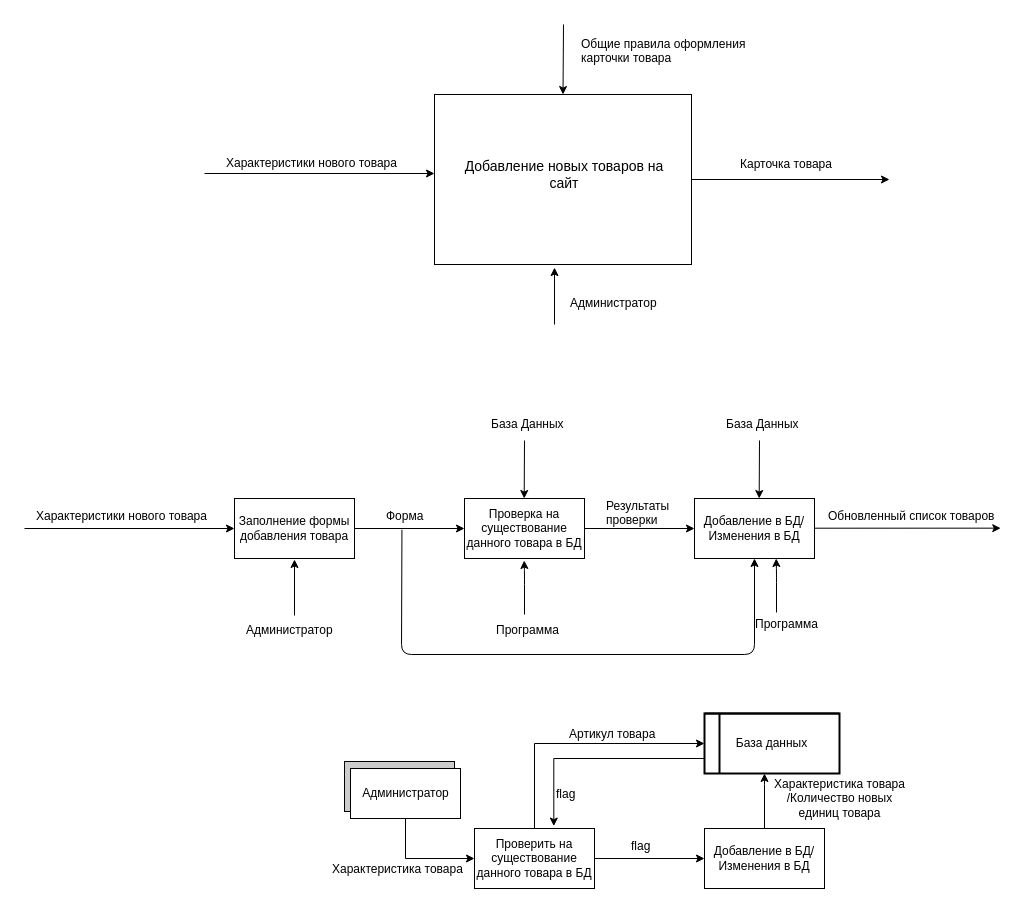
DaryaBel/software_eng_1 keeps this draw.io diagram as Лаб. 2/1.drawio. Above is the earlier version. Source tidied: cells renumbered, new cells numbered last; positions are measured from the earlier drawing's top-left corner, leaving out a move shared by most shapes. Both pictures are drawn from the tidied source at 100%, with x=0, y=0 at pixel (24, 24).
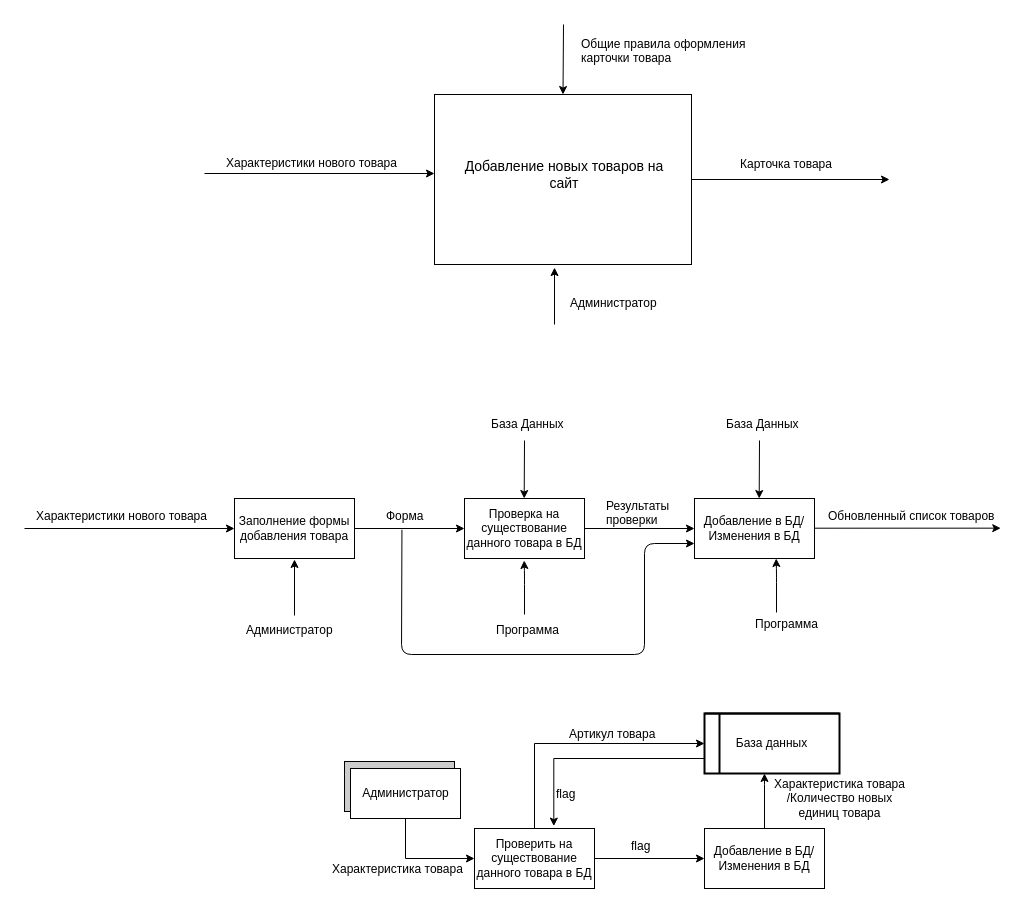
The same diagram, later.

Unchanged cells that the change refers to:
```xml
<mxCell id="16" value="Форма" style="text;html=1;points=[];align=left;verticalAlign=top;spacingTop=-4;" parent="1" vertex="1">
  <mxGeometry x="360" y="482" width="50" height="20" as="geometry" />
</mxCell>
<mxCell id="18" value="Добавление в БД/Изменения в БД" style="rounded=0;whiteSpace=wrap;html=1;" parent="1" vertex="1">
  <mxGeometry x="670" y="474" width="120" height="60" as="geometry" />
</mxCell>
```

Change to the diagram source:
```diff
@@
-    <mxCell id="29" style="endArrow=classic;html=1;exitX=0.349;exitY=1.164;exitDx=0;exitDy=0;exitPerimeter=0;entryX=0.5;entryY=1;entryDx=0;entryDy=0;" parent="1" edge="1" source="16" target="18">
+    <mxCell id="29" style="endArrow=classic;html=1;exitX=0.349;exitY=1.164;exitDx=0;exitDy=0;exitPerimeter=0;entryX=0;entryY=0.75;entryDx=0;entryDy=0;" parent="1" edge="1" source="16" target="18">
       <mxGeometry relative="1" as="geometry">
         <Array as="points">
           <mxPoint x="377" y="630" />
-          <mxPoint x="730" y="630" />
+          <mxPoint x="620" y="630" />
+          <mxPoint x="620" y="519" />
         </Array>
       </mxGeometry>
     </mxCell>
```
